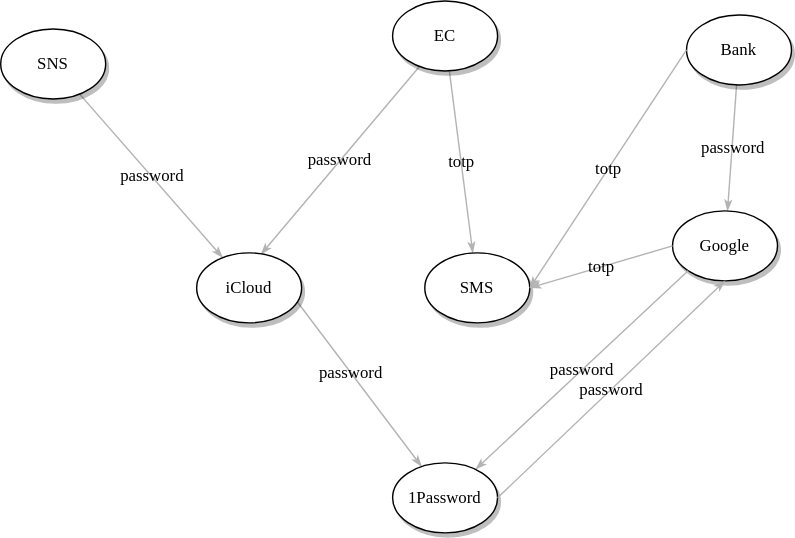
Above: blog.jxck.io/entries/2025-01-27/recovery-chain.drawio.svg in Jxck/jxck.io (draw.io), before the change. Source tidied: cells renumbered, new cells last; positions are measured from the earlier drawing's top-left corner, leaving out a move shared by most shapes. The source it was exported from:
```xml
<mxGraphModel>
  <root>
    <mxCell id="0" />
    <mxCell id="1" parent="0" />
    <mxCell id="2" value="password" style="edgeStyle=none;rounded=1;html=1;labelBackgroundColor=none;startArrow=none;startFill=0;startSize=5;endArrow=classicThin;endFill=1;endSize=5;jettySize=auto;strokeColor=#B3B3B3;strokeWidth=1;fontFamily=Verdana;fontSize=12;entryX=0.613;entryY=0.02;entryDx=0;entryDy=0;entryPerimeter=0;" parent="1" edge="1" source="4" target="14">
      <mxGeometry relative="1" as="geometry" />
    </mxCell>
    <mxCell id="3" value="totp" style="edgeStyle=none;rounded=1;html=1;labelBackgroundColor=none;startArrow=none;startFill=0;startSize=5;endArrow=classicThin;endFill=1;endSize=5;jettySize=auto;strokeColor=#B3B3B3;strokeWidth=1;fontFamily=Verdana;fontSize=12;" parent="1" edge="1" source="4" target="9">
      <mxGeometry relative="1" as="geometry" />
    </mxCell>
    <mxCell id="4" value="&lt;span&gt;EC&lt;/span&gt;" style="ellipse;whiteSpace=wrap;html=1;rounded=0;shadow=1;comic=0;labelBackgroundColor=none;strokeWidth=1;fontFamily=Verdana;fontSize=12;align=center;" parent="1" vertex="1">
      <mxGeometry x="280" width="75" height="50" as="geometry" />
    </mxCell>
    <mxCell id="5" value="password" style="edgeStyle=none;rounded=1;html=1;labelBackgroundColor=none;startArrow=none;startFill=0;startSize=5;endArrow=classicThin;endFill=1;endSize=5;jettySize=auto;strokeColor=#B3B3B3;strokeWidth=1;fontFamily=Verdana;fontSize=12;" parent="1" edge="1" source="6" target="7">
      <mxGeometry relative="1" as="geometry" />
    </mxCell>
    <mxCell id="6" value="&lt;span&gt;Bank&lt;/span&gt;" style="ellipse;whiteSpace=wrap;html=1;rounded=0;shadow=1;comic=0;labelBackgroundColor=none;strokeWidth=1;fontFamily=Verdana;fontSize=12;align=center;" parent="1" vertex="1">
      <mxGeometry x="490" y="10" width="75" height="50" as="geometry" />
    </mxCell>
    <mxCell id="7" value="&lt;span&gt;Google&lt;/span&gt;" style="ellipse;whiteSpace=wrap;html=1;rounded=0;shadow=1;comic=0;labelBackgroundColor=none;strokeWidth=1;fontFamily=Verdana;fontSize=12;align=center;" parent="1" vertex="1">
      <mxGeometry x="480" y="150" width="75" height="50" as="geometry" />
    </mxCell>
    <mxCell id="8" value="password" style="edgeStyle=none;rounded=1;html=1;labelBackgroundColor=none;startArrow=none;startFill=0;startSize=5;endArrow=classicThin;endFill=1;endSize=5;jettySize=auto;strokeColor=#B3B3B3;strokeWidth=1;fontFamily=Verdana;fontSize=12;exitX=0;exitY=1;exitDx=0;exitDy=0;" parent="1" edge="1" source="7" target="11">
      <mxGeometry relative="1" as="geometry" />
    </mxCell>
    <mxCell id="9" value="&lt;span&gt;SMS&lt;/span&gt;" style="ellipse;whiteSpace=wrap;html=1;rounded=0;shadow=1;comic=0;labelBackgroundColor=none;strokeWidth=1;fontFamily=Verdana;fontSize=12;align=center;" parent="1" vertex="1">
      <mxGeometry x="303" y="180" width="75" height="50" as="geometry" />
    </mxCell>
    <mxCell id="10" value="password" style="edgeStyle=none;rounded=1;html=1;labelBackgroundColor=none;startArrow=none;startFill=0;startSize=5;endArrow=classicThin;endFill=1;endSize=5;jettySize=auto;strokeColor=#B3B3B3;strokeWidth=1;fontFamily=Verdana;fontSize=12;" parent="1" edge="1" target="11">
      <mxGeometry relative="1" as="geometry">
        <mxPoint x="199.6" y="198.7" as="sourcePoint" />
      </mxGeometry>
    </mxCell>
    <mxCell id="11" value="1Password" style="ellipse;whiteSpace=wrap;html=1;rounded=0;shadow=1;comic=0;labelBackgroundColor=none;strokeWidth=1;fontFamily=Verdana;fontSize=12;align=center;" parent="1" vertex="1">
      <mxGeometry x="280" y="330" width="75" height="50" as="geometry" />
    </mxCell>
    <mxCell id="12" value="password" style="edgeStyle=none;rounded=1;html=1;labelBackgroundColor=none;startArrow=none;startFill=0;startSize=5;endArrow=classicThin;endFill=1;endSize=5;jettySize=auto;strokeColor=#B3B3B3;strokeWidth=1;fontFamily=Verdana;fontSize=12;" parent="1" edge="1" source="13" target="14">
      <mxGeometry relative="1" as="geometry" />
    </mxCell>
    <mxCell id="13" value="SNS" style="ellipse;whiteSpace=wrap;html=1;rounded=0;shadow=1;comic=0;labelBackgroundColor=none;strokeWidth=1;fontFamily=Verdana;fontSize=12;align=center;" parent="1" vertex="1">
      <mxGeometry y="20" width="75" height="50" as="geometry" />
    </mxCell>
    <mxCell id="14" value="&lt;span&gt;iCloud&lt;/span&gt;" style="ellipse;whiteSpace=wrap;html=1;rounded=0;shadow=1;comic=0;labelBackgroundColor=none;strokeWidth=1;fontFamily=Verdana;fontSize=12;align=center;" parent="1" vertex="1">
      <mxGeometry x="140" y="180" width="75" height="50" as="geometry" />
    </mxCell>
    <mxCell id="15" value="totp" style="edgeStyle=none;rounded=1;html=1;labelBackgroundColor=none;startArrow=none;startFill=0;startSize=5;endArrow=classicThin;endFill=1;endSize=5;jettySize=auto;strokeColor=#B3B3B3;strokeWidth=1;fontFamily=Verdana;fontSize=12;entryX=1;entryY=0.5;entryDx=0;entryDy=0;exitX=0;exitY=0.5;exitDx=0;exitDy=0;" parent="1" edge="1" source="7" target="9">
      <mxGeometry relative="1" as="geometry" />
    </mxCell>
    <mxCell id="16" value="totp" style="edgeStyle=none;rounded=1;html=1;labelBackgroundColor=none;startArrow=none;startFill=0;startSize=5;endArrow=classicThin;endFill=1;endSize=5;jettySize=auto;strokeColor=#B3B3B3;strokeWidth=1;fontFamily=Verdana;fontSize=12;entryX=1;entryY=0.5;entryDx=0;entryDy=0;exitX=0;exitY=0.5;exitDx=0;exitDy=0;" parent="1" edge="1" source="6" target="9">
      <mxGeometry relative="1" as="geometry" />
    </mxCell>
    <mxCell id="17" value="password" style="edgeStyle=none;rounded=1;html=1;labelBackgroundColor=none;startArrow=none;startFill=0;startSize=5;endArrow=classicThin;endFill=1;endSize=5;jettySize=auto;strokeColor=#B3B3B3;strokeWidth=1;fontFamily=Verdana;fontSize=12;exitX=1;exitY=0.5;exitDx=0;exitDy=0;entryX=0.5;entryY=1;entryDx=0;entryDy=0;" parent="1" edge="1" source="11" target="7">
      <mxGeometry relative="1" as="geometry" />
    </mxCell>
  </root>
</mxGraphModel>
```
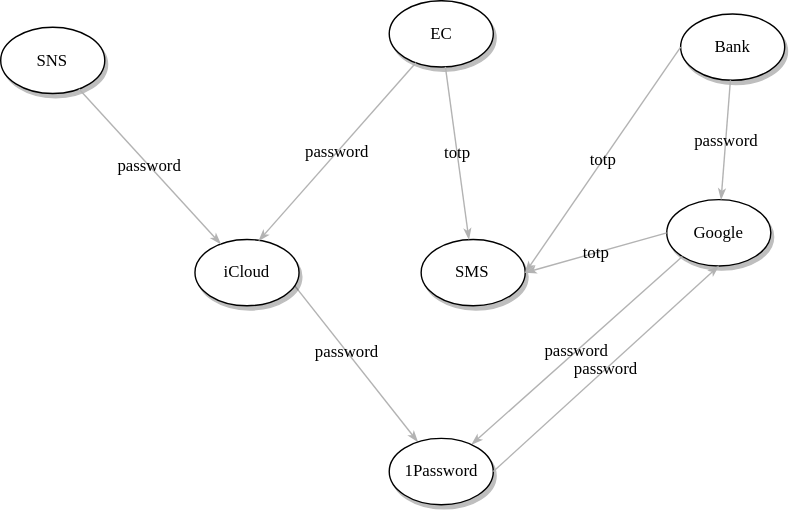
After the change.

What changed in the source:
```diff
@@ -2,54 +2,57 @@
   <root>
     <mxCell id="0" />
     <mxCell id="1" parent="0" />
-    <mxCell id="2" value="password" style="edgeStyle=none;rounded=1;html=1;labelBackgroundColor=none;startArrow=none;startFill=0;startSize=5;endArrow=classicThin;endFill=1;endSize=5;jettySize=auto;strokeColor=#B3B3B3;strokeWidth=1;fontFamily=Verdana;fontSize=12;entryX=0.613;entryY=0.02;entryDx=0;entryDy=0;entryPerimeter=0;" parent="1" edge="1" source="4" target="14">
-      <mxGeometry relative="1" as="geometry" />
-    </mxCell>
-    <mxCell id="3" value="totp" style="edgeStyle=none;rounded=1;html=1;labelBackgroundColor=none;startArrow=none;startFill=0;startSize=5;endArrow=classicThin;endFill=1;endSize=5;jettySize=auto;strokeColor=#B3B3B3;strokeWidth=1;fontFamily=Verdana;fontSize=12;" parent="1" edge="1" source="4" target="9">
-      <mxGeometry relative="1" as="geometry" />
-    </mxCell>
+    <mxCell id="18" style="group;" parent="1" vertex="1">
+      <mxGeometry x="-210" y="-170" width="560" height="360" as="geometry" />
+    </mxCell>
-    <mxCell id="4" value="&lt;span&gt;EC&lt;/span&gt;" style="ellipse;whiteSpace=wrap;html=1;rounded=0;shadow=1;comic=0;labelBackgroundColor=none;strokeWidth=1;fontFamily=Verdana;fontSize=12;align=center;" parent="1" vertex="1">
-      <mxGeometry x="280" width="75" height="50" as="geometry" />
+    <mxCell id="4" value="&lt;span&gt;EC&lt;/span&gt;" style="ellipse;whiteSpace=wrap;html=1;rounded=0;shadow=1;comic=0;labelBackgroundColor=none;strokeWidth=1;fontFamily=Verdana;fontSize=12;align=center;" parent="18" vertex="1">
+      <mxGeometry x="277.5" width="74.3" height="47.4" as="geometry" />
     </mxCell>
-    <mxCell id="5" value="password" style="edgeStyle=none;rounded=1;html=1;labelBackgroundColor=none;startArrow=none;startFill=0;startSize=5;endArrow=classicThin;endFill=1;endSize=5;jettySize=auto;strokeColor=#B3B3B3;strokeWidth=1;fontFamily=Verdana;fontSize=12;" parent="1" edge="1" source="6" target="7">
-      <mxGeometry relative="1" as="geometry" />
-    </mxCell>
-    <mxCell id="6" value="&lt;span&gt;Bank&lt;/span&gt;" style="ellipse;whiteSpace=wrap;html=1;rounded=0;shadow=1;comic=0;labelBackgroundColor=none;strokeWidth=1;fontFamily=Verdana;fontSize=12;align=center;" parent="1" vertex="1">
-      <mxGeometry x="490" y="10" width="75" height="50" as="geometry" />
+    <mxCell id="6" value="&lt;span&gt;Bank&lt;/span&gt;" style="ellipse;whiteSpace=wrap;html=1;rounded=0;shadow=1;comic=0;labelBackgroundColor=none;strokeWidth=1;fontFamily=Verdana;fontSize=12;align=center;" parent="18" vertex="1">
+      <mxGeometry x="485.7" y="9.5" width="74.3" height="47.4" as="geometry" />
     </mxCell>
-    <mxCell id="7" value="&lt;span&gt;Google&lt;/span&gt;" style="ellipse;whiteSpace=wrap;html=1;rounded=0;shadow=1;comic=0;labelBackgroundColor=none;strokeWidth=1;fontFamily=Verdana;fontSize=12;align=center;" parent="1" vertex="1">
-      <mxGeometry x="480" y="150" width="75" height="50" as="geometry" />
+    <mxCell id="7" value="&lt;span&gt;Google&lt;/span&gt;" style="ellipse;whiteSpace=wrap;html=1;rounded=0;shadow=1;comic=0;labelBackgroundColor=none;strokeWidth=1;fontFamily=Verdana;fontSize=12;align=center;" parent="18" vertex="1">
+      <mxGeometry x="475.8" y="142.1" width="74.3" height="47.4" as="geometry" />
     </mxCell>
+    <mxCell id="5" value="password" style="edgeStyle=none;rounded=1;html=1;labelBackgroundColor=none;startArrow=none;startFill=0;startSize=5;endArrow=classicThin;endFill=1;endSize=5;jettySize=auto;strokeColor=#B3B3B3;strokeWidth=1;fontFamily=Verdana;fontSize=12;" parent="18" edge="1" source="6" target="7">
+      <mxGeometry relative="1" as="geometry" />
+    </mxCell>
-    <mxCell id="8" value="password" style="edgeStyle=none;rounded=1;html=1;labelBackgroundColor=none;startArrow=none;startFill=0;startSize=5;endArrow=classicThin;endFill=1;endSize=5;jettySize=auto;strokeColor=#B3B3B3;strokeWidth=1;fontFamily=Verdana;fontSize=12;exitX=0;exitY=1;exitDx=0;exitDy=0;" parent="1" edge="1" source="7" target="11">
+    <mxCell id="8" value="password" style="edgeStyle=none;rounded=1;html=1;labelBackgroundColor=none;startArrow=none;startFill=0;startSize=5;endArrow=classicThin;endFill=1;endSize=5;jettySize=auto;strokeColor=#B3B3B3;strokeWidth=1;fontFamily=Verdana;fontSize=12;exitX=0;exitY=1;exitDx=0;exitDy=0;" parent="18" edge="1" source="7" target="11">
       <mxGeometry relative="1" as="geometry" />
     </mxCell>
-    <mxCell id="9" value="&lt;span&gt;SMS&lt;/span&gt;" style="ellipse;whiteSpace=wrap;html=1;rounded=0;shadow=1;comic=0;labelBackgroundColor=none;strokeWidth=1;fontFamily=Verdana;fontSize=12;align=center;" parent="1" vertex="1">
-      <mxGeometry x="303" y="180" width="75" height="50" as="geometry" />
+    <mxCell id="9" value="&lt;span&gt;SMS&lt;/span&gt;" style="ellipse;whiteSpace=wrap;html=1;rounded=0;shadow=1;comic=0;labelBackgroundColor=none;strokeWidth=1;fontFamily=Verdana;fontSize=12;align=center;" parent="18" vertex="1">
+      <mxGeometry x="300.3" y="170.5" width="74.3" height="47.4" as="geometry" />
     </mxCell>
-    <mxCell id="10" value="password" style="edgeStyle=none;rounded=1;html=1;labelBackgroundColor=none;startArrow=none;startFill=0;startSize=5;endArrow=classicThin;endFill=1;endSize=5;jettySize=auto;strokeColor=#B3B3B3;strokeWidth=1;fontFamily=Verdana;fontSize=12;" parent="1" edge="1" target="11">
+    <mxCell id="10" value="password" style="edgeStyle=none;rounded=1;html=1;labelBackgroundColor=none;startArrow=none;startFill=0;startSize=5;endArrow=classicThin;endFill=1;endSize=5;jettySize=auto;strokeColor=#B3B3B3;strokeWidth=1;fontFamily=Verdana;fontSize=12;" parent="18" edge="1" target="11">
       <mxGeometry relative="1" as="geometry">
-        <mxPoint x="199.6" y="198.7" as="sourcePoint" />
+        <mxPoint x="197.8" y="188.2" as="sourcePoint" />
       </mxGeometry>
     </mxCell>
-    <mxCell id="11" value="1Password" style="ellipse;whiteSpace=wrap;html=1;rounded=0;shadow=1;comic=0;labelBackgroundColor=none;strokeWidth=1;fontFamily=Verdana;fontSize=12;align=center;" parent="1" vertex="1">
-      <mxGeometry x="280" y="330" width="75" height="50" as="geometry" />
+    <mxCell id="11" value="1Password" style="ellipse;whiteSpace=wrap;html=1;rounded=0;shadow=1;comic=0;labelBackgroundColor=none;strokeWidth=1;fontFamily=Verdana;fontSize=12;align=center;" parent="18" vertex="1">
+      <mxGeometry x="277.5" y="312.6" width="74.3" height="47.4" as="geometry" />
     </mxCell>
-    <mxCell id="12" value="password" style="edgeStyle=none;rounded=1;html=1;labelBackgroundColor=none;startArrow=none;startFill=0;startSize=5;endArrow=classicThin;endFill=1;endSize=5;jettySize=auto;strokeColor=#B3B3B3;strokeWidth=1;fontFamily=Verdana;fontSize=12;" parent="1" edge="1" source="13" target="14">
-      <mxGeometry relative="1" as="geometry" />
-    </mxCell>
-    <mxCell id="13" value="SNS" style="ellipse;whiteSpace=wrap;html=1;rounded=0;shadow=1;comic=0;labelBackgroundColor=none;strokeWidth=1;fontFamily=Verdana;fontSize=12;align=center;" parent="1" vertex="1">
-      <mxGeometry y="20" width="75" height="50" as="geometry" />
+    <mxCell id="13" value="SNS" style="ellipse;whiteSpace=wrap;html=1;rounded=0;shadow=1;comic=0;labelBackgroundColor=none;strokeWidth=1;fontFamily=Verdana;fontSize=12;align=center;" parent="18" vertex="1">
+      <mxGeometry y="18.9" width="74.3" height="47.4" as="geometry" />
     </mxCell>
+    <mxCell id="3" value="totp" style="edgeStyle=none;rounded=1;html=1;labelBackgroundColor=none;startArrow=none;startFill=0;startSize=5;endArrow=classicThin;endFill=1;endSize=5;jettySize=auto;strokeColor=#B3B3B3;strokeWidth=1;fontFamily=Verdana;fontSize=12;" parent="18" edge="1" source="4" target="9">
+      <mxGeometry relative="1" as="geometry" />
+    </mxCell>
-    <mxCell id="14" value="&lt;span&gt;iCloud&lt;/span&gt;" style="ellipse;whiteSpace=wrap;html=1;rounded=0;shadow=1;comic=0;labelBackgroundColor=none;strokeWidth=1;fontFamily=Verdana;fontSize=12;align=center;" parent="1" vertex="1">
-      <mxGeometry x="140" y="180" width="75" height="50" as="geometry" />
+    <mxCell id="14" value="&lt;span&gt;iCloud&lt;/span&gt;" style="ellipse;whiteSpace=wrap;html=1;rounded=0;shadow=1;comic=0;labelBackgroundColor=none;strokeWidth=1;fontFamily=Verdana;fontSize=12;align=center;" parent="18" vertex="1">
+      <mxGeometry x="138.8" y="170.5" width="74.3" height="47.4" as="geometry" />
     </mxCell>
-    <mxCell id="15" value="totp" style="edgeStyle=none;rounded=1;html=1;labelBackgroundColor=none;startArrow=none;startFill=0;startSize=5;endArrow=classicThin;endFill=1;endSize=5;jettySize=auto;strokeColor=#B3B3B3;strokeWidth=1;fontFamily=Verdana;fontSize=12;entryX=1;entryY=0.5;entryDx=0;entryDy=0;exitX=0;exitY=0.5;exitDx=0;exitDy=0;" parent="1" edge="1" source="7" target="9">
+    <mxCell id="15" value="totp" style="edgeStyle=none;rounded=1;html=1;labelBackgroundColor=none;startArrow=none;startFill=0;startSize=5;endArrow=classicThin;endFill=1;endSize=5;jettySize=auto;strokeColor=#B3B3B3;strokeWidth=1;fontFamily=Verdana;fontSize=12;entryX=1;entryY=0.5;entryDx=0;entryDy=0;exitX=0;exitY=0.5;exitDx=0;exitDy=0;" parent="18" edge="1" source="7" target="9">
       <mxGeometry relative="1" as="geometry" />
     </mxCell>
+    <mxCell id="2" value="password" style="edgeStyle=none;rounded=1;html=1;labelBackgroundColor=none;startArrow=none;startFill=0;startSize=5;endArrow=classicThin;endFill=1;endSize=5;jettySize=auto;strokeColor=#B3B3B3;strokeWidth=1;fontFamily=Verdana;fontSize=12;entryX=0.613;entryY=0.02;entryDx=0;entryDy=0;entryPerimeter=0;" parent="18" edge="1" source="4" target="14">
+      <mxGeometry relative="1" as="geometry" />
+    </mxCell>
-    <mxCell id="16" value="totp" style="edgeStyle=none;rounded=1;html=1;labelBackgroundColor=none;startArrow=none;startFill=0;startSize=5;endArrow=classicThin;endFill=1;endSize=5;jettySize=auto;strokeColor=#B3B3B3;strokeWidth=1;fontFamily=Verdana;fontSize=12;entryX=1;entryY=0.5;entryDx=0;entryDy=0;exitX=0;exitY=0.5;exitDx=0;exitDy=0;" parent="1" edge="1" source="6" target="9">
+    <mxCell id="16" value="totp" style="edgeStyle=none;rounded=1;html=1;labelBackgroundColor=none;startArrow=none;startFill=0;startSize=5;endArrow=classicThin;endFill=1;endSize=5;jettySize=auto;strokeColor=#B3B3B3;strokeWidth=1;fontFamily=Verdana;fontSize=12;entryX=1;entryY=0.5;entryDx=0;entryDy=0;exitX=0;exitY=0.5;exitDx=0;exitDy=0;" parent="18" edge="1" source="6" target="9">
       <mxGeometry relative="1" as="geometry" />
     </mxCell>
+    <mxCell id="12" value="password" style="edgeStyle=none;rounded=1;html=1;labelBackgroundColor=none;startArrow=none;startFill=0;startSize=5;endArrow=classicThin;endFill=1;endSize=5;jettySize=auto;strokeColor=#B3B3B3;strokeWidth=1;fontFamily=Verdana;fontSize=12;" parent="18" edge="1" source="13" target="14">
+      <mxGeometry relative="1" as="geometry" />
+    </mxCell>
-    <mxCell id="17" value="password" style="edgeStyle=none;rounded=1;html=1;labelBackgroundColor=none;startArrow=none;startFill=0;startSize=5;endArrow=classicThin;endFill=1;endSize=5;jettySize=auto;strokeColor=#B3B3B3;strokeWidth=1;fontFamily=Verdana;fontSize=12;exitX=1;exitY=0.5;exitDx=0;exitDy=0;entryX=0.5;entryY=1;entryDx=0;entryDy=0;" parent="1" edge="1" source="11" target="7">
+    <mxCell id="17" value="password" style="edgeStyle=none;rounded=1;html=1;labelBackgroundColor=none;startArrow=none;startFill=0;startSize=5;endArrow=classicThin;endFill=1;endSize=5;jettySize=auto;strokeColor=#B3B3B3;strokeWidth=1;fontFamily=Verdana;fontSize=12;exitX=1;exitY=0.5;exitDx=0;exitDy=0;entryX=0.5;entryY=1;entryDx=0;entryDy=0;" parent="18" edge="1" source="11" target="7">
       <mxGeometry relative="1" as="geometry" />
     </mxCell>
   </root>
```
